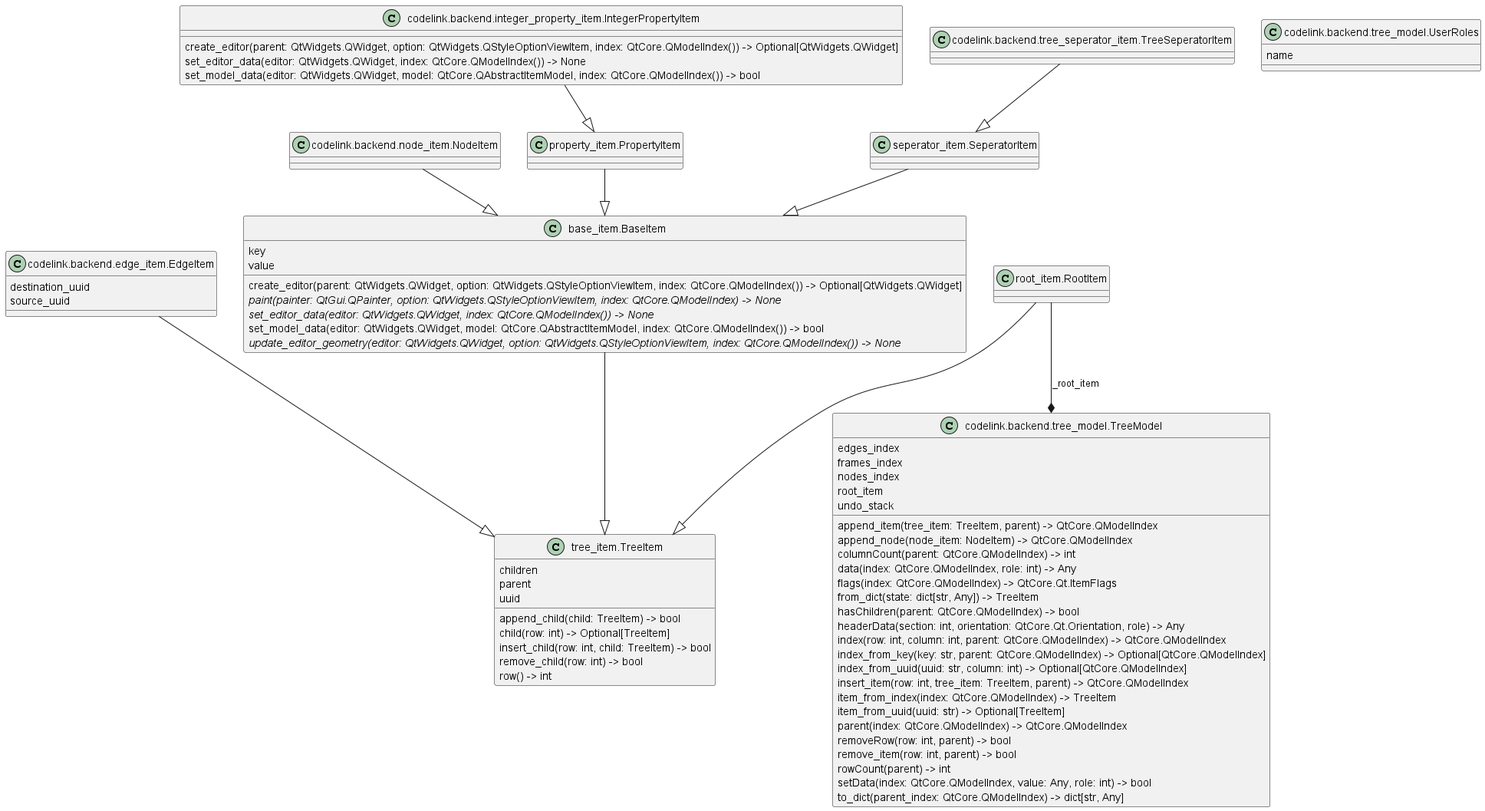
The PlantUML diagram img/backend_classes.png in j8sr0230/codelink, before a commit.
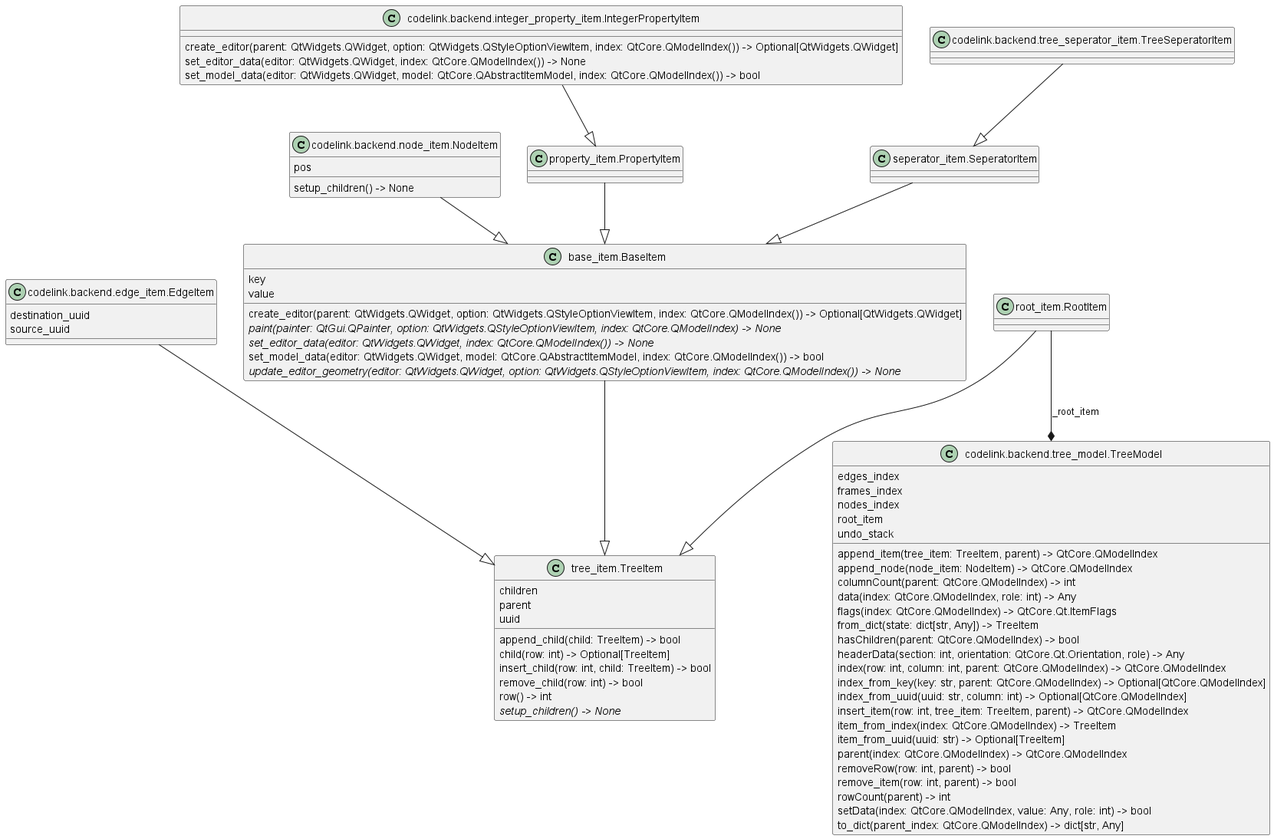
The same diagram one commit later.

The edit, as a diff of the source:
```diff
@@ -19,6 +19,8 @@
   set_model_data(editor: QtWidgets.QWidget, model: QtCore.QAbstractItemModel, index: QtCore.QModelIndex()) -> bool
 }
 class "codelink.backend.node_item.NodeItem" as codelink.backend.node_item.NodeItem {
+  pos
+  setup_children() -> None
 }
 class "codelink.backend.tree_model.TreeModel" as codelink.backend.tree_model.TreeModel {
   edges_index
@@ -47,9 +49,6 @@
   setData(index: QtCore.QModelIndex, value: Any, role: int) -> bool
   to_dict(parent_index: QtCore.QModelIndex) -> dict[str, Any]
 }
-class "codelink.backend.tree_model.UserRoles" as codelink.backend.tree_model.UserRoles {
-  name
-}
 class "codelink.backend.tree_seperator_item.TreeSeperatorItem" as codelink.backend.tree_seperator_item.TreeSeperatorItem {
 }
 class "property_item.PropertyItem" as property_item.PropertyItem {
@@ -67,6 +66,7 @@
   insert_child(row: int, child: TreeItem) -> bool
   remove_child(row: int) -> bool
   row() -> int
+  {abstract}setup_children() -> None
 }
 base_item.BaseItem --|> tree_item.TreeItem
 codelink.backend.edge_item.EdgeItem --|> tree_item.TreeItem
```
